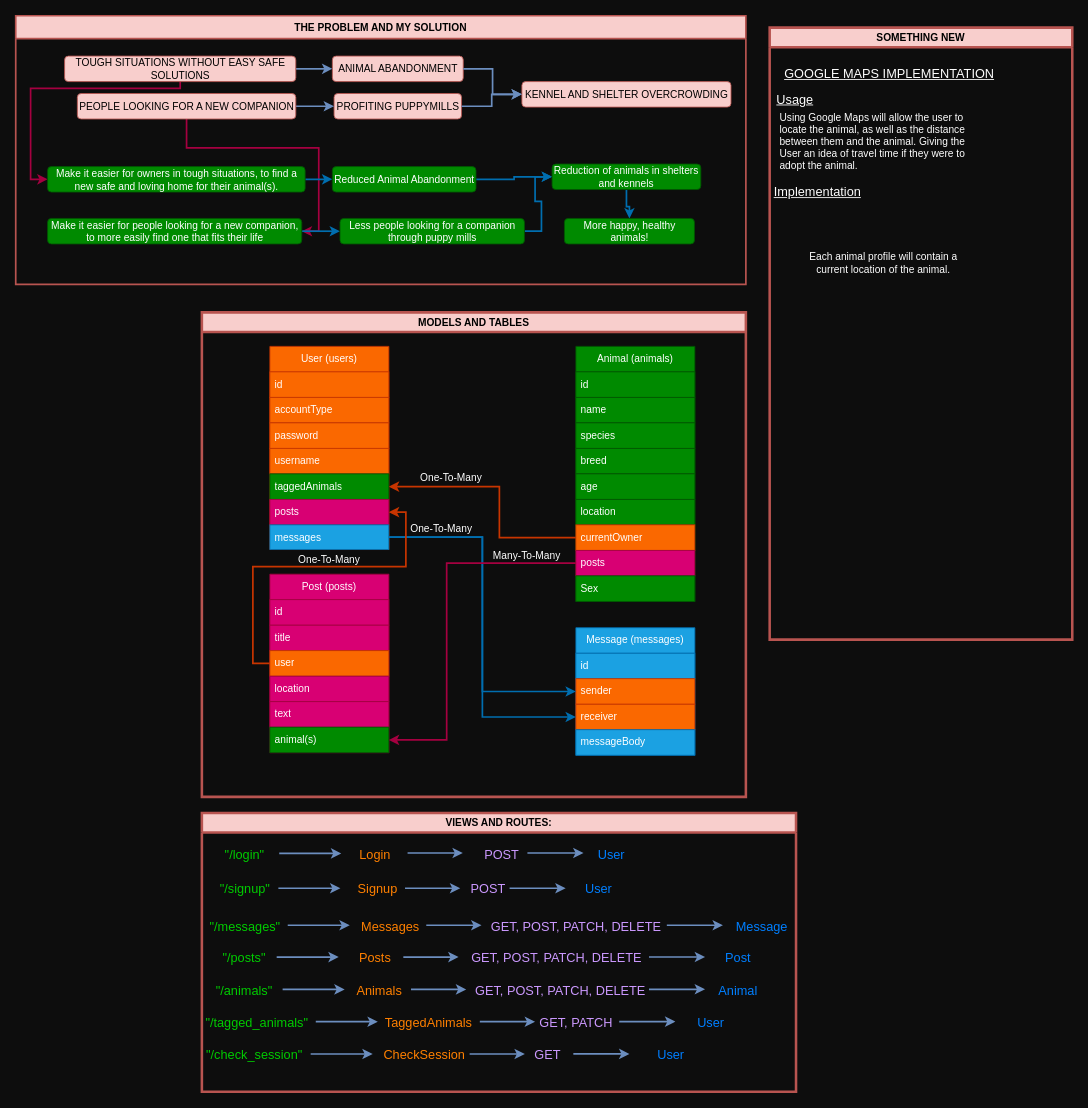
kammau/Animal-Share keeps this draw.io diagram as Untitled Diagram.drawio. Above is the earlier version. Source tidied: cells renumbered, new cells numbered last; positions are measured from the earlier drawing's top-left corner, leaving out a move shared by most shapes. Both pictures are drawn from the tidied source at 85%, with x=0, y=0 at pixel (15, 15).
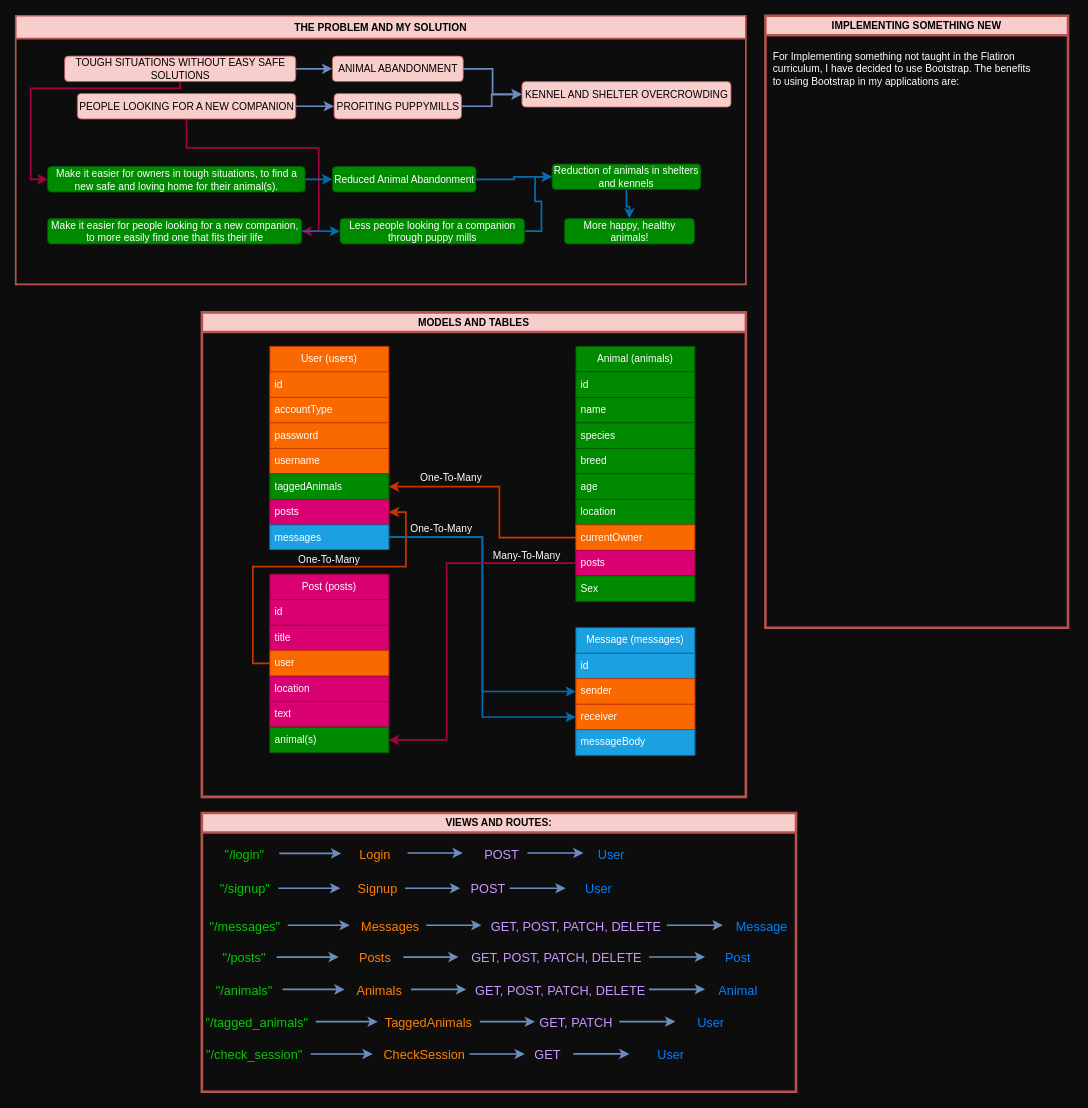
The same page after the edit.

The edit, as a diff of the source:
```diff
@@
-    <mxCell id="92" value="SOMETHING NEW" style="swimlane;whiteSpace=wrap;html=1;fillColor=#f8cecc;strokeColor=#b85450;strokeWidth=3;fontColor=#000000;" parent="1" vertex="1">
-      <mxGeometry x="887" y="14" width="356" height="720" as="geometry" />
+    <mxCell id="92" value="IMPLEMENTING SOMETHING NEW" style="swimlane;whiteSpace=wrap;html=1;fillColor=#f8cecc;strokeColor=#b85450;strokeWidth=3;fontColor=#000000;" parent="1" vertex="1">
+      <mxGeometry x="882" width="356" height="720" as="geometry" />
     </mxCell>
-    <mxCell id="93" value="GOOGLE MAPS IMPLEMENTATION" style="text;html=1;align=center;verticalAlign=middle;whiteSpace=wrap;rounded=0;fontColor=#FFFFFF;fontSize=15;fontStyle=4;" parent="92" vertex="1">
-      <mxGeometry x="10" y="38.5" width="262" height="30" as="geometry" />
-    </mxCell>
-    <mxCell id="94" value="Usage" style="text;html=1;strokeColor=none;fillColor=none;align=center;verticalAlign=middle;whiteSpace=wrap;rounded=0;fontStyle=4;fontSize=15;fontColor=#FFFFFF;" parent="92" vertex="1">
-      <mxGeometry y="68.5" width="60" height="30" as="geometry" />
-    </mxCell>
-    <mxCell id="95" value="Using Google Maps will allow the user to locate the animal, as well as the distance between them and the animal. Giving the User an idea of travel time if they were to adopt the animal." style="text;html=1;strokeColor=none;fillColor=none;align=left;verticalAlign=middle;whiteSpace=wrap;rounded=0;fontColor=#FFFFFF;" parent="92" vertex="1">
-      <mxGeometry x="10" y="119" width="223" height="30" as="geometry" />
-    </mxCell>
-    <mxCell id="96" value="Implementation" style="text;html=1;strokeColor=none;fillColor=none;align=center;verticalAlign=middle;whiteSpace=wrap;rounded=0;fontColor=#FFFFFF;fontStyle=4;fontSize=15;" parent="92" vertex="1">
-      <mxGeometry x="10" y="178" width="93" height="30" as="geometry" />
-    </mxCell>
+    <mxCell id="122" value="For Implementing something not taught in the Flatiron curriculum, I have decided to use Bootstrap. The benefits to using Bootstrap in my applications are:" style="text;html=1;strokeColor=none;fillColor=none;align=left;verticalAlign=middle;whiteSpace=wrap;rounded=0;fontColor=#FFFFFF;" parent="92" vertex="1">
+      <mxGeometry x="7" y="47.5" width="318" height="30" as="geometry" />
+    </mxCell>
@@
-    <mxCell id="121" value="Each animal profile will contain a current location of the animal." style="text;html=1;strokeColor=none;fillColor=none;align=center;verticalAlign=middle;whiteSpace=wrap;rounded=0;fontColor=#FFFFFF;" parent="1" vertex="1">
-      <mxGeometry x="929" y="276" width="184" height="30" as="geometry" />
-    </mxCell>
```
